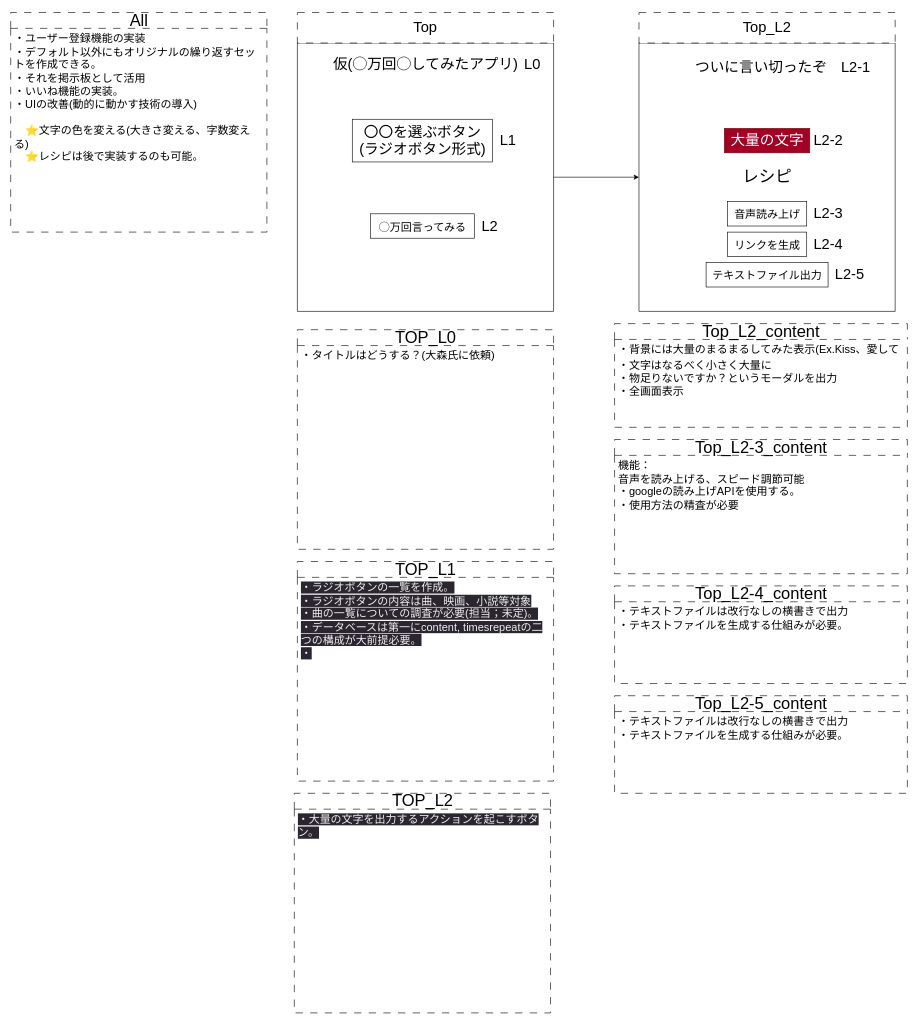
Above: 01gamenseni.drawio in emahji2683/RUNTEQFesAppV01 (draw.io), before the change. Source tidied: cells renumbered, new cells numbered last; positions are measured from the earlier drawing's top-left corner, leaving out a move shared by most shapes. Both pictures are drawn from the tidied source at 61%, with x=0, y=0 at pixel (10, 12).
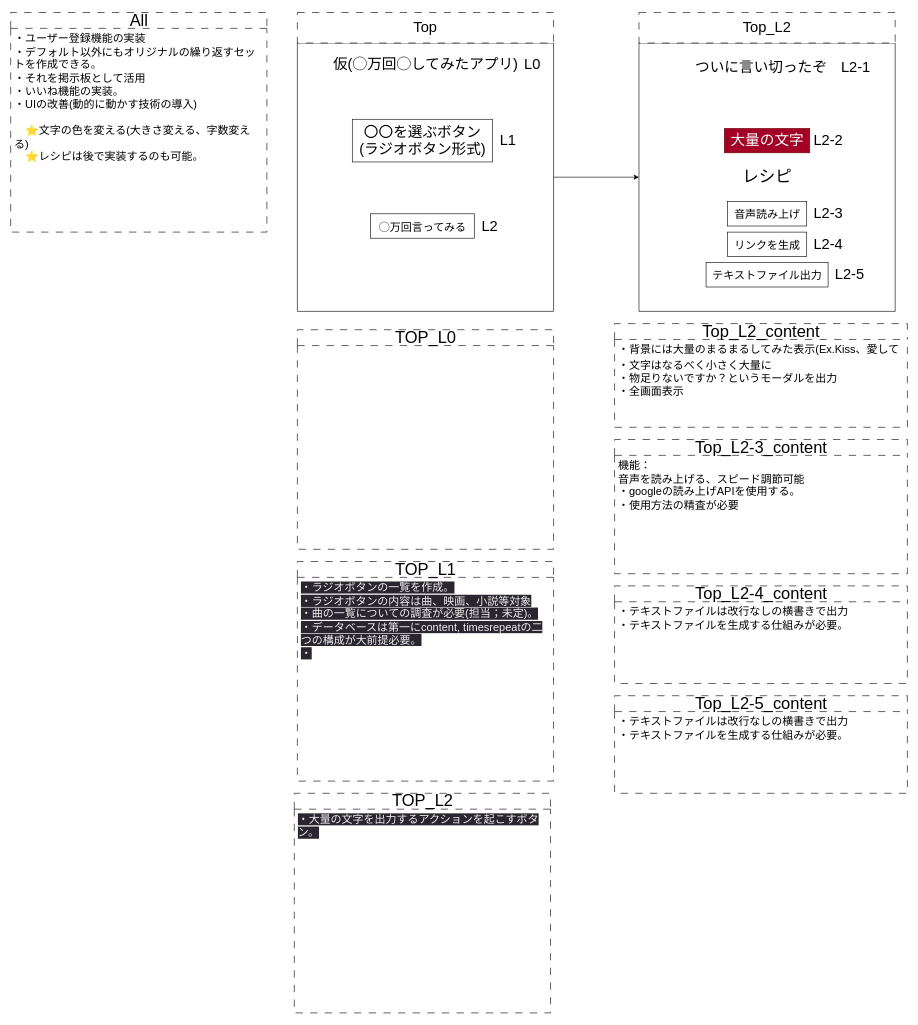
Above is the later version.

Unchanged cells that the change refers to:
```xml
<mxCell id="31" value="&lt;font style=&quot;font-size: 27px;&quot;&gt;TOP_L0&lt;/font&gt;" style="swimlane;fontStyle=0;horizontal=1;startSize=26;fillColor=none;html=1;dashed=1;dashPattern=12 12;strokeColor=default;fontSize=18;" parent="1" vertex="1">
  <mxGeometry x="470" y="520" width="420" height="360" as="geometry" />
</mxCell>
```

Diff of the diagram source:
```diff
@@
-    <mxCell id="32" value="・タイトルはどうする？(大森氏に依頼)&lt;br&gt;" style="text;strokeColor=none;fillColor=none;align=left;verticalAlign=top;spacingLeft=4;spacingRight=4;overflow=hidden;whiteSpace=wrap;html=1;dashed=1;dashPattern=12 12;fontSize=18;" parent="31" vertex="1">
-      <mxGeometry y="26" width="420" height="334" as="geometry" />
-    </mxCell>
```
